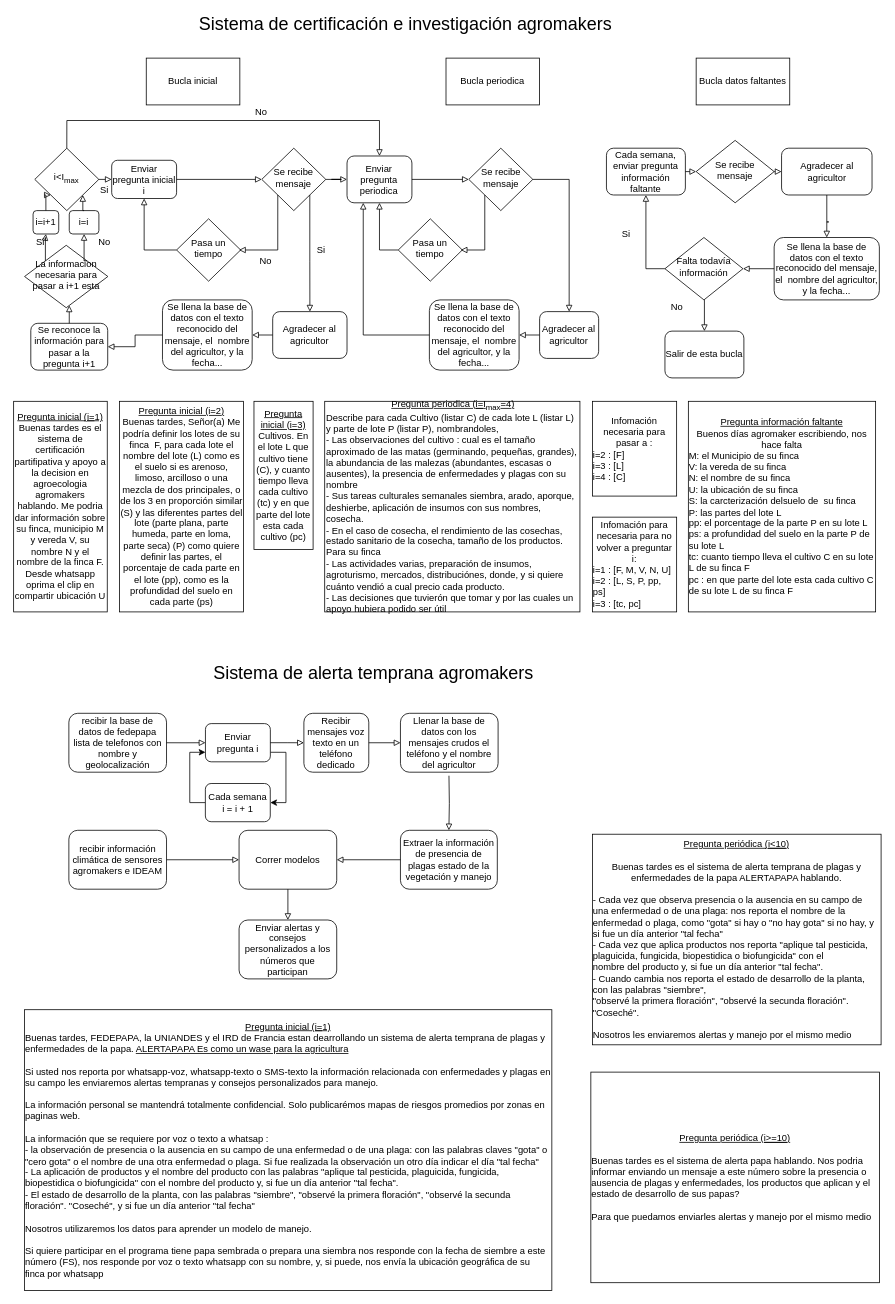
Before: AgromakersDataSemanal.drawio in stdupas/agromakersPorVoz, a draw.io diagram. Source tidied: cells renumbered, new cells numbered last; positions are measured from the earlier drawing's top-left corner, leaving out a move shared by most shapes. Both pictures are drawn from the tidied source at 78%, with x=0, y=0 at pixel (13, 16).
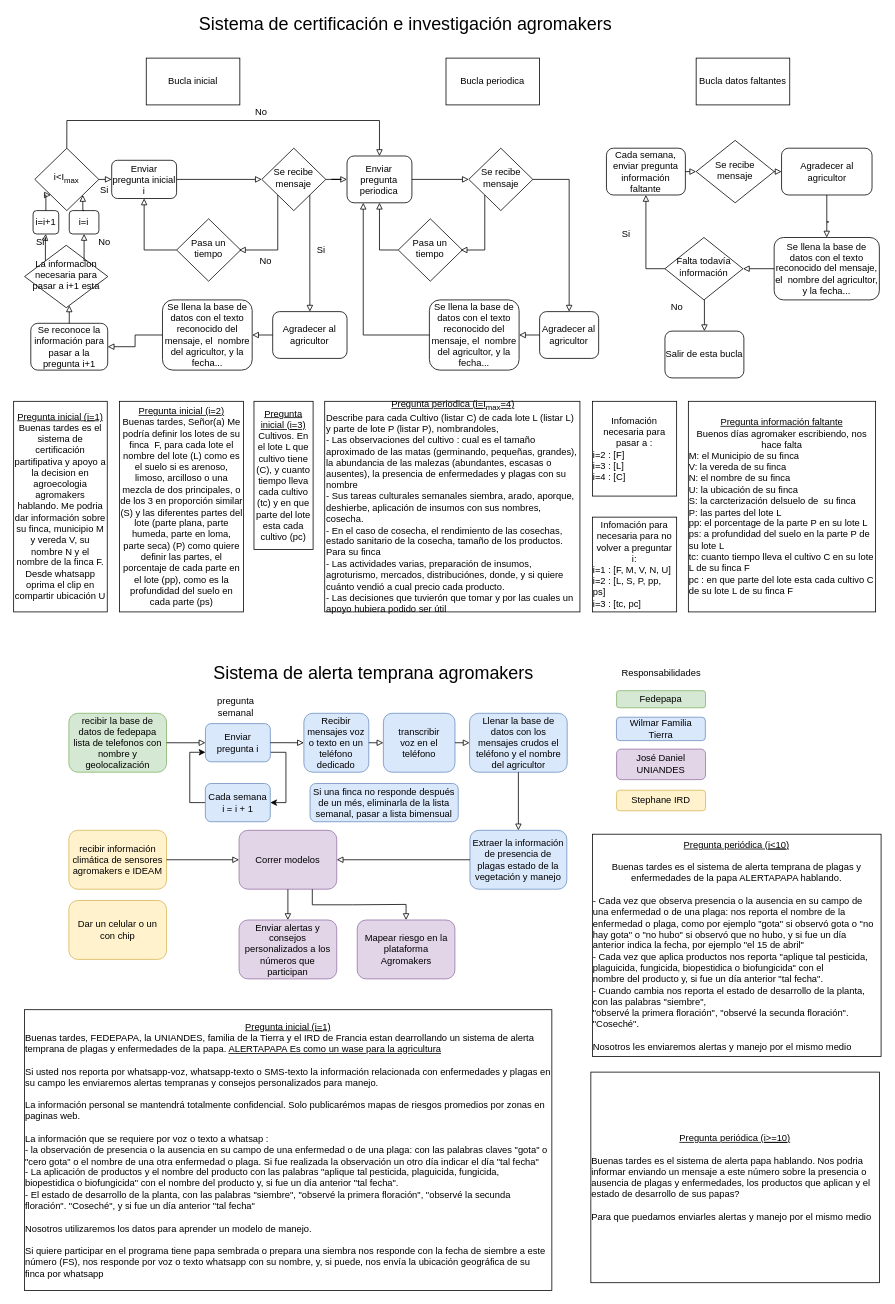
The same page after the edit.

The edit, as a diff of the source:
```diff
@@
-    <mxCell id="69" value="&lt;div&gt;&lt;u&gt;Pregunta inicial &lt;/u&gt;&lt;u&gt;&lt;u&gt;(i=&lt;/u&gt;1)&lt;/u&gt;&lt;br&gt;&lt;/div&gt;&lt;div align=&quot;left&quot;&gt;Buenas tardes, FEDEPAPA, la UNIANDES y el IRD de Francia estan dearrollando un sistema de alerta temprana de plagas y enfermedades de la papa. &lt;u&gt;ALERTAPAPA Es como un wase para la agricultura&lt;/u&gt;&lt;br&gt;&lt;/div&gt;&lt;div align=&quot;left&quot;&gt;&lt;br&gt;&lt;/div&gt;&lt;div align=&quot;left&quot;&gt;Si usted nos reporta por whatsapp-voz, whatsapp-texto o SMS-texto la información relacionada con enfermedades y plagas en su campo les enviaremos alertas tempranas y consejos personalizados para manejo. &lt;br&gt;&lt;/div&gt;&lt;div align=&quot;left&quot;&gt;&lt;br&gt;&lt;/div&gt;&lt;div align=&quot;left&quot;&gt;La información personal se mantendrá totalmente confidencial. Solo publicarémos mapas de riesgos promedios por zonas en paginas web.&lt;br&gt;&lt;/div&gt;&lt;div align=&quot;left&quot;&gt;&lt;br&gt;&lt;/div&gt;&lt;div align=&quot;left&quot;&gt;La información que se requiere por voz o texto a whatsap :&lt;br&gt;&lt;/div&gt;&lt;div align=&quot;left&quot;&gt;- la observación de presencia o la ausencia en su campo de una enfermedad o de una plaga: con las palabras claves &quot;gota&quot; o &quot;cero gota&quot; o el nombre de una otra enfermedad o plaga. Si fue realizada la observación un otro día indicar el día &quot;tal fecha&quot;&lt;/div&gt;&lt;div align=&quot;left&quot;&gt;- La aplicación de productos y el nombre del producto con las palabras &quot;aplique tal pesticida, plaguicida, fungicida, biopestidica o biofungicida&quot; con el nombre del producto y, si fue un día anterior &quot;tal fecha&quot;.&lt;/div&gt;&lt;div align=&quot;left&quot;&gt;- El estado de desarrollo de la planta, con las palabras &quot;siembre&quot;, &quot;observé la primera floración&quot;, &quot;observé la secunda floración&quot;. &quot;Coseché&quot;, y si fue un día anterior &quot;tal fecha&quot;&lt;br&gt;&lt;/div&gt;&lt;div&gt;&lt;br&gt;&lt;/div&gt;&lt;div align=&quot;left&quot;&gt;Nosotros utilizaremos los datos para aprender un modelo de manejo.&lt;/div&gt;&lt;div align=&quot;left&quot;&gt;&lt;br&gt;&lt;/div&gt;&lt;div align=&quot;left&quot;&gt;Si quiere participar en el programa tiene papa sembrada o prepara una siembra nos responde con la fecha de siembre a este número (FS), nos responde por voz o texto whatsapp con su nombre, y, si puede, nos envía la ubicación geográfica de su finca por whatsapp&lt;br&gt;&lt;/div&gt;" style="rounded=0;whiteSpace=wrap;html=1;" parent="1" vertex="1">
+    <mxCell id="69" value="&lt;div&gt;&lt;u&gt;Pregunta inicial &lt;/u&gt;&lt;u&gt;&lt;u&gt;(i=&lt;/u&gt;1)&lt;/u&gt;&lt;br&gt;&lt;/div&gt;&lt;div align=&quot;left&quot;&gt;Buenas tardes, FEDEPAPA, la UNIANDES, familia de la Tierra y el IRD de Francia estan dearrollando un sistema de alerta temprana de plagas y enfermedades de la papa. &lt;u&gt;ALERTAPAPA Es como un wase para la agricultura&lt;/u&gt;&lt;br&gt;&lt;/div&gt;&lt;div align=&quot;left&quot;&gt;&lt;br&gt;&lt;/div&gt;&lt;div align=&quot;left&quot;&gt;Si usted nos reporta por whatsapp-voz, whatsapp-texto o SMS-texto la información relacionada con enfermedades y plagas en su campo les enviaremos alertas tempranas y consejos personalizados para manejo. &lt;br&gt;&lt;/div&gt;&lt;div align=&quot;left&quot;&gt;&lt;br&gt;&lt;/div&gt;&lt;div align=&quot;left&quot;&gt;La información personal se mantendrá totalmente confidencial. Solo publicarémos mapas de riesgos promedios por zonas en paginas web.&lt;br&gt;&lt;/div&gt;&lt;div align=&quot;left&quot;&gt;&lt;br&gt;&lt;/div&gt;&lt;div align=&quot;left&quot;&gt;La información que se requiere por voz o texto a whatsap :&lt;br&gt;&lt;/div&gt;&lt;div align=&quot;left&quot;&gt;- la observación de presencia o la ausencia en su campo de una enfermedad o de una plaga: con las palabras claves &quot;gota&quot; o &quot;cero gota&quot; o el nombre de una otra enfermedad o plaga. Si fue realizada la observación un otro día indicar el día &quot;tal fecha&quot;&lt;/div&gt;&lt;div align=&quot;left&quot;&gt;- La aplicación de productos y el nombre del producto con las palabras &quot;aplique tal pesticida, plaguicida, fungicida, biopestidica o biofungicida&quot; con el nombre del producto y, si fue un día anterior &quot;tal fecha&quot;.&lt;/div&gt;&lt;div align=&quot;left&quot;&gt;- El estado de desarrollo de la planta, con las palabras &quot;siembre&quot;, &quot;observé la primera floración&quot;, &quot;observé la secunda floración&quot;. &quot;Coseché&quot;, y si fue un día anterior &quot;tal fecha&quot;&lt;br&gt;&lt;/div&gt;&lt;div&gt;&lt;br&gt;&lt;/div&gt;&lt;div align=&quot;left&quot;&gt;Nosotros utilizaremos los datos para aprender un modelo de manejo.&lt;/div&gt;&lt;div align=&quot;left&quot;&gt;&lt;br&gt;&lt;/div&gt;&lt;div align=&quot;left&quot;&gt;Si quiere participar en el programa tiene papa sembrada o prepara una siembra nos responde con la fecha de siembre a este número (FS), nos responde por voz o texto whatsapp con su nombre, y, si puede, nos envía la ubicación geográfica de su finca por whatsapp&lt;br&gt;&lt;/div&gt;" style="rounded=0;whiteSpace=wrap;html=1;" parent="1" vertex="1">
       <mxGeometry x="14" y="1273" width="676" height="360" as="geometry" />
     </mxCell>
-    <mxCell id="70" value="&lt;div&gt;&lt;u&gt;Pregunta periódica &lt;/u&gt;&lt;u&gt;&lt;u&gt;(i&amp;lt;10&lt;/u&gt;)&lt;/u&gt;&lt;br&gt;&lt;/div&gt;&lt;div&gt;&lt;br&gt;&lt;/div&gt;&lt;div&gt;Buenas tardes es el sistema de alerta temprana de plagas y enfermedades de la papa ALERTAPAPA hablando.&lt;/div&gt;&lt;div&gt;&lt;div align=&quot;left&quot;&gt;&lt;br&gt;&lt;/div&gt;&lt;div align=&quot;left&quot;&gt;- Cada vez que observa presencia o la ausencia en su campo de una enfermedad o de una plaga: nos reporta el nombre de la enfermedad o plaga, como &quot;gota&quot; si hay o &quot;no hay gota&quot; si no hay,  y si fue un día anterior &quot;tal fecha&quot;&lt;/div&gt;&lt;div align=&quot;left&quot;&gt;- Cada vez que  aplica productos nos reporta &quot;aplique tal pesticida, plaguicida, fungicida, biopestidica o biofungicida&quot; con el &lt;br&gt;nombre del producto y, si fue un día anterior &quot;tal fecha&quot;.&lt;/div&gt;&lt;div align=&quot;left&quot;&gt;- Cuando cambia nos reporta el estado de desarrollo de la planta, con las palabras &quot;siembre&quot;, &lt;br&gt;&quot;observé la primera floración&quot;, &quot;observé la secunda floración&quot;. &lt;br&gt;&quot;Coseché&quot;.&lt;/div&gt;&lt;div align=&quot;left&quot;&gt;&lt;br&gt;&lt;/div&gt;&lt;div align=&quot;left&quot;&gt;Nosotros les enviaremos alertas y manejo por el mismo medio&lt;br&gt;&lt;/div&gt;&lt;/div&gt;" style="rounded=0;whiteSpace=wrap;html=1;" parent="1" vertex="1">
-      <mxGeometry x="742.1" y="1048" width="370" height="270" as="geometry" />
+    <mxCell id="70" value="&lt;div&gt;&lt;u&gt;Pregunta periódica &lt;/u&gt;&lt;u&gt;&lt;u&gt;(i&amp;lt;10&lt;/u&gt;)&lt;/u&gt;&lt;br&gt;&lt;/div&gt;&lt;div&gt;&lt;br&gt;&lt;/div&gt;&lt;div&gt;Buenas tardes es el sistema de alerta temprana de plagas y enfermedades de la papa ALERTAPAPA hablando.&lt;/div&gt;&lt;div&gt;&lt;div align=&quot;left&quot;&gt;&lt;br&gt;&lt;/div&gt;&lt;div align=&quot;left&quot;&gt;- Cada vez que observa presencia o la ausencia en su campo de una enfermedad o de una plaga: nos reporta el nombre de la enfermedad o plaga, como por ejemplo &quot;gota&quot; si observó gota o &quot;no hay gota&quot; o &quot;no hubo&quot; si observó que no hubo,  y si fue un día anterior indica la fecha, por ejemplo &quot;el 15 de abril&quot;&lt;/div&gt;&lt;div align=&quot;left&quot;&gt;- Cada vez que  aplica productos nos reporta &quot;aplique tal pesticida, plaguicida, fungicida, biopestidica o biofungicida&quot; con el &lt;br&gt;nombre del producto y, si fue un día anterior &quot;tal fecha&quot;.&lt;/div&gt;&lt;div align=&quot;left&quot;&gt;- Cuando cambia nos reporta el estado de desarrollo de la planta, con las palabras &quot;siembre&quot;, &lt;br&gt;&quot;observé la primera floración&quot;, &quot;observé la secunda floración&quot;. &lt;br&gt;&quot;Coseché&quot;.&lt;/div&gt;&lt;div align=&quot;left&quot;&gt;&lt;br&gt;&lt;/div&gt;&lt;div align=&quot;left&quot;&gt;Nosotros les enviaremos alertas y manejo por el mismo medio&lt;br&gt;&lt;/div&gt;&lt;/div&gt;" style="rounded=0;whiteSpace=wrap;html=1;" parent="1" vertex="1">
+      <mxGeometry x="742.1" y="1048" width="370" height="285" as="geometry" />
     </mxCell>
@@
-    <mxCell id="73" value="Enviar pregunta i" style="rounded=1;whiteSpace=wrap;html=1;" parent="1" vertex="1">
+    <mxCell id="73" value="Enviar pregunta i" style="rounded=1;whiteSpace=wrap;html=1;fillColor=#dae8fc;strokeColor=#6c8ebf;" parent="1" vertex="1">
       <mxGeometry x="245.9" y="906.2" width="83.2" height="49" as="geometry" />
     </mxCell>
-    <mxCell id="74" value="Recibir mensajes voz texto en un teléfono dedicado" style="rounded=1;whiteSpace=wrap;html=1;" parent="1" vertex="1">
+    <mxCell id="74" value="Recibir mensajes voz o texto en un teléfono dedicado" style="rounded=1;whiteSpace=wrap;html=1;fillColor=#dae8fc;strokeColor=#6c8ebf;" parent="1" vertex="1">
       <mxGeometry x="372.1" y="893" width="83.2" height="75.5" as="geometry" />
     </mxCell>
@@
-    <mxCell id="76" style="edgeStyle=orthogonalEdgeStyle;rounded=0;jettySize=auto;html=1;endArrow=block;endFill=0;entryX=0;entryY=0.5;entryDx=0;entryDy=0;exitX=1;exitY=0.5;exitDx=0;exitDy=0;" parent="1" edge="1" source="74" target="77">
+    <mxCell id="76" style="edgeStyle=orthogonalEdgeStyle;rounded=0;jettySize=auto;html=1;endArrow=block;endFill=0;entryX=0;entryY=0.5;entryDx=0;entryDy=0;exitX=1;exitY=0.5;exitDx=0;exitDy=0;" parent="1" edge="1" source="74" target="92">
       <mxGeometry relative="1" as="geometry" />
     </mxCell>
-    <mxCell id="77" value="Llenar la base de datos con los mensajes crudos el teléfono y el nombre del agricultor" style="rounded=1;whiteSpace=wrap;html=1;" parent="1" vertex="1">
-      <mxGeometry x="495.9" y="893" width="125.2" height="75.5" as="geometry" />
+    <mxCell id="77" value="Llenar la base de datos con los mensajes crudos el teléfono y el nombre del agricultor" style="rounded=1;whiteSpace=wrap;html=1;fillColor=#dae8fc;strokeColor=#6c8ebf;" parent="1" vertex="1">
+      <mxGeometry x="584.5" y="893" width="125.2" height="75.5" as="geometry" />
     </mxCell>
-    <mxCell id="78" value="recibir la base de datos de fedepapa lista de telefonos con nombre y geolocalización" style="rounded=1;whiteSpace=wrap;html=1;" parent="1" vertex="1">
+    <mxCell id="78" value="recibir la base de datos de fedepapa lista de telefonos con nombre y geolocalización" style="rounded=1;whiteSpace=wrap;html=1;fillColor=#d5e8d4;strokeColor=#82b366;" parent="1" vertex="1">
       <mxGeometry x="70.8" y="893" width="125.2" height="75.5" as="geometry" />
     </mxCell>
-    <mxCell id="79" value="recibir información climática de sensores agromakers e IDEAM" style="rounded=1;whiteSpace=wrap;html=1;" parent="1" vertex="1">
+    <mxCell id="79" value="recibir información climática de sensores agromakers e IDEAM" style="rounded=1;whiteSpace=wrap;html=1;fillColor=#fff2cc;strokeColor=#d6b656;" parent="1" vertex="1">
       <mxGeometry x="70.8" y="1043" width="125.2" height="75.5" as="geometry" />
     </mxCell>
-    <mxCell id="80" value="Extraer la información de presencia de plagas estado de la vegetación y manejo" style="rounded=1;whiteSpace=wrap;html=1;" parent="1" vertex="1">
-      <mxGeometry x="495.9" y="1043" width="124.2" height="75.5" as="geometry" />
+    <mxCell id="80" value="Extraer la información de presencia de plagas estado de la vegetación y manejo" style="rounded=1;whiteSpace=wrap;html=1;fillColor=#dae8fc;strokeColor=#6c8ebf;" parent="1" vertex="1">
+      <mxGeometry x="585" y="1043" width="124.2" height="75.5" as="geometry" />
     </mxCell>
-    <mxCell id="81" style="edgeStyle=orthogonalEdgeStyle;rounded=0;jettySize=auto;html=1;endArrow=block;endFill=0;entryX=0.5;entryY=0;entryDx=0;entryDy=0;" parent="1" edge="1" target="80">
-      <mxGeometry relative="1" as="geometry">
-        <mxPoint x="558.1" y="973" as="sourcePoint" />
-      </mxGeometry>
+    <mxCell id="81" style="edgeStyle=orthogonalEdgeStyle;rounded=0;jettySize=auto;html=1;endArrow=block;endFill=0;entryX=0.5;entryY=0;entryDx=0;entryDy=0;exitX=0.5;exitY=1;exitDx=0;exitDy=0;" parent="1" edge="1" source="77" target="80">
+      <mxGeometry relative="1" as="geometry" />
     </mxCell>
@@
-    <mxCell id="83" value="Correr modelos" style="rounded=1;whiteSpace=wrap;html=1;" parent="1" vertex="1">
+    <mxCell id="83" value="Correr modelos" style="rounded=1;whiteSpace=wrap;html=1;fillColor=#e1d5e7;strokeColor=#9673a6;" parent="1" vertex="1">
       <mxGeometry x="289" y="1043" width="125.2" height="75.5" as="geometry" />
     </mxCell>
@@
-    <mxCell id="86" value="Enviar alertas y consejos personalizados a los números que participan" style="rounded=1;whiteSpace=wrap;html=1;" parent="1" vertex="1">
+    <mxCell id="86" value="Enviar alertas y consejos personalizados a los números que participan" style="rounded=1;whiteSpace=wrap;html=1;fillColor=#e1d5e7;strokeColor=#9673a6;" parent="1" vertex="1">
       <mxGeometry x="289" y="1158" width="125.2" height="75.5" as="geometry" />
     </mxCell>
@@
-    <mxCell id="89" value="&lt;div&gt;Cada semana &lt;br&gt;&lt;/div&gt;&lt;div&gt;i = i + 1&lt;/div&gt;" style="rounded=1;whiteSpace=wrap;html=1;" parent="1" vertex="1">
+    <mxCell id="89" value="&lt;div&gt;Cada semana &lt;br&gt;&lt;/div&gt;&lt;div&gt;i = i + 1&lt;/div&gt;" style="rounded=1;whiteSpace=wrap;html=1;fillColor=#dae8fc;strokeColor=#6c8ebf;" parent="1" vertex="1">
       <mxGeometry x="245.8" y="983" width="83.2" height="49" as="geometry" />
     </mxCell>
+    <mxCell id="90" value="Dar un celular o un con chip" style="rounded=1;whiteSpace=wrap;html=1;fillColor=#fff2cc;strokeColor=#d6b656;" parent="1" vertex="1">
+      <mxGeometry x="70.8" y="1133" width="125.2" height="75.5" as="geometry" />
+    </mxCell>
+    <mxCell id="91" value="Fedepapa" style="rounded=1;whiteSpace=wrap;html=1;fillColor=#d5e8d4;strokeColor=#82b366;" parent="1" vertex="1">
+      <mxGeometry x="773" y="864" width="114" height="21.9" as="geometry" />
+    </mxCell>
+    <mxCell id="92" value="&lt;div&gt;transcribir &lt;br&gt;&lt;/div&gt;&lt;div&gt;voz en el &lt;br&gt;&lt;/div&gt;&lt;div&gt;teléfono&lt;/div&gt;" style="rounded=1;whiteSpace=wrap;html=1;fillColor=#dae8fc;strokeColor=#6c8ebf;" parent="1" vertex="1">
+      <mxGeometry x="474" y="893" width="91.8" height="75.5" as="geometry" />
+    </mxCell>
+    <mxCell id="93" style="edgeStyle=orthogonalEdgeStyle;rounded=0;jettySize=auto;html=1;endArrow=block;endFill=0;exitX=1;exitY=0.5;exitDx=0;exitDy=0;entryX=0;entryY=0.5;entryDx=0;entryDy=0;" parent="1" edge="1" source="92" target="77">
+      <mxGeometry relative="1" as="geometry" />
+    </mxCell>
+    <mxCell id="94" value="Wilmar Familia Tierra" style="rounded=1;whiteSpace=wrap;html=1;fillColor=#dae8fc;strokeColor=#6c8ebf;" parent="1" vertex="1">
+      <mxGeometry x="772.8" y="898" width="114" height="30" as="geometry" />
+    </mxCell>
+    <mxCell id="95" value="José Daniel UNIANDES" style="rounded=1;whiteSpace=wrap;html=1;fillColor=#e1d5e7;strokeColor=#9673a6;" parent="1" vertex="1">
+      <mxGeometry x="773" y="938.9" width="114" height="39.1" as="geometry" />
+    </mxCell>
+    <mxCell id="96" value="Stephane IRD" style="rounded=1;whiteSpace=wrap;html=1;fillColor=#fff2cc;strokeColor=#d6b656;" parent="1" vertex="1">
+      <mxGeometry x="773" y="991.6" width="114" height="26.4" as="geometry" />
+    </mxCell>
+    <mxCell id="97" value="Mapear riesgo en la plataforma Agromakers" style="rounded=1;whiteSpace=wrap;html=1;fillColor=#e1d5e7;strokeColor=#9673a6;" parent="1" vertex="1">
+      <mxGeometry x="440.5" y="1158" width="125.2" height="75.5" as="geometry" />
+    </mxCell>
+    <mxCell id="98" style="edgeStyle=orthogonalEdgeStyle;rounded=0;jettySize=auto;html=1;endArrow=block;endFill=0;entryX=0.5;entryY=0;entryDx=0;entryDy=0;exitX=0.75;exitY=1;exitDx=0;exitDy=0;fontStyle=1;" parent="1" edge="1" source="83" target="97">
+      <mxGeometry relative="1" as="geometry" />
+    </mxCell>
+    <mxCell id="99" value="Responsabilidades" style="text;html=1;align=center;verticalAlign=middle;" parent="1" vertex="1">
+      <mxGeometry x="770" y="832" width="120" height="20" as="geometry" />
+    </mxCell>
+    <mxCell id="100" value="pregunta semanal" style="text;html=1;strokeColor=none;fillColor=none;align=center;verticalAlign=middle;whiteSpace=wrap;rounded=0;" parent="1" vertex="1">
+      <mxGeometry x="264.8" y="875" width="40" height="20" as="geometry" />
+    </mxCell>
+    <mxCell id="101" value="Si una finca no responde después de un més, eliminarla de la lista semanal, pasar a lista bimensual" style="rounded=1;whiteSpace=wrap;html=1;fillColor=#dae8fc;strokeColor=#6c8ebf;" parent="1" vertex="1">
+      <mxGeometry x="380" y="983" width="190" height="49" as="geometry" />
+    </mxCell>
```
